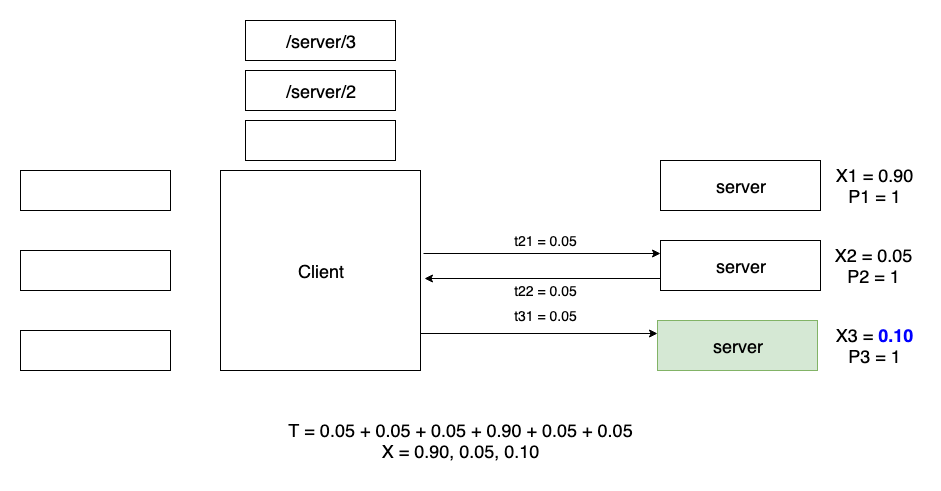
Above: decks/grequests-https-talk/images/python-grequests-flow-7.png in saurabh-hirani/slides (draw.io), before the change. Source tidied: cells renumbered, new cells last; positions are measured from the earlier drawing's top-left corner, leaving out a move shared by most shapes. The source it was exported from:
```xml
<mxGraphModel>
  <root>
    <mxCell id="0" />
    <mxCell id="1" parent="0" />
    <mxCell id="2" style="rounded=0;whiteSpace=wrap;html=1;" parent="1" vertex="1">
      <mxGeometry y="150" width="150" height="40" as="geometry" />
    </mxCell>
    <mxCell id="3" style="rounded=0;whiteSpace=wrap;html=1;" parent="1" vertex="1">
      <mxGeometry y="230" width="150" height="40" as="geometry" />
    </mxCell>
    <mxCell id="4" style="rounded=0;whiteSpace=wrap;html=1;" parent="1" vertex="1">
      <mxGeometry y="310" width="150" height="40" as="geometry" />
    </mxCell>
    <mxCell id="5" value="&lt;font style=&quot;font-size: 18px&quot;&gt;Client&lt;/font&gt;" style="whiteSpace=wrap;html=1;" parent="1" vertex="1">
      <mxGeometry x="200" y="150" width="200" height="200" as="geometry" />
    </mxCell>
    <mxCell id="6" value="&lt;span style=&quot;white-space: normal&quot;&gt;&lt;font style=&quot;font-size: 18px&quot;&gt;server&lt;br&gt;&lt;/font&gt;&lt;/span&gt;" style="rounded=0;whiteSpace=wrap;html=1;" parent="1" vertex="1">
      <mxGeometry x="640" y="140" width="160" height="50" as="geometry" />
    </mxCell>
    <object id="7" label="&lt;font style=&quot;font-size: 18px&quot;&gt;T = 0.05 + 0.05 + 0.05 + 0.90 + 0.05 + 0.05&lt;br&gt;X = 0.90, 0.05, 0.10&lt;br&gt;&lt;/font&gt;" name="Variable" placeholders="1">
      <mxCell style="text;html=1;strokeColor=none;fillColor=none;align=center;verticalAlign=middle;whiteSpace=wrap;overflow=hidden;" parent="1" vertex="1">
        <mxGeometry y="390" width="880" height="60" as="geometry" />
      </mxCell>
    </object>
    <mxCell id="8" style="edgeStyle=orthogonalEdgeStyle;rounded=0;jettySize=auto;html=1;exitX=1.015;exitY=0.015;exitDx=0;exitDy=0;entryX=0;entryY=0.25;entryDx=0;entryDy=0;exitPerimeter=0;" parent="1" edge="1" target="9">
      <mxGeometry relative="1" as="geometry">
        <mxPoint x="403" y="233" as="sourcePoint" />
      </mxGeometry>
    </mxCell>
    <mxCell id="9" value="&lt;span style=&quot;white-space: normal&quot;&gt;&lt;font style=&quot;font-size: 18px&quot;&gt;server&lt;br&gt;&lt;/font&gt;&lt;/span&gt;" style="rounded=0;whiteSpace=wrap;html=1;" parent="1" vertex="1">
      <mxGeometry x="640" y="220" width="160" height="50" as="geometry" />
    </mxCell>
    <mxCell id="10" style="edgeStyle=orthogonalEdgeStyle;rounded=0;jettySize=auto;html=1;exitX=1.015;exitY=0.015;exitDx=0;exitDy=0;entryX=0;entryY=0.25;entryDx=0;entryDy=0;exitPerimeter=0;" parent="1" edge="1" target="11">
      <mxGeometry relative="1" as="geometry">
        <mxPoint x="400" y="313" as="sourcePoint" />
      </mxGeometry>
    </mxCell>
    <mxCell id="11" value="&lt;span style=&quot;white-space: normal&quot;&gt;&lt;font style=&quot;font-size: 18px&quot;&gt;server&lt;br&gt;&lt;/font&gt;&lt;/span&gt;" style="rounded=0;whiteSpace=wrap;html=1;fillColor=#d5e8d4;strokeColor=#82b366;" parent="1" vertex="1">
      <mxGeometry x="637" y="300" width="160" height="50" as="geometry" />
    </mxCell>
    <mxCell id="12" style="rounded=0;whiteSpace=wrap;html=1;" parent="1" vertex="1">
      <mxGeometry x="225" y="100" width="150" height="40" as="geometry" />
    </mxCell>
    <mxCell id="13" value="&lt;span style=&quot;font-size: 18px ; white-space: normal&quot;&gt;/server/2&lt;/span&gt;" style="rounded=0;whiteSpace=wrap;html=1;" parent="1" vertex="1">
      <mxGeometry x="225" y="50" width="150" height="40" as="geometry" />
    </mxCell>
    <mxCell id="14" value="&lt;span style=&quot;font-size: 18px ; white-space: normal&quot;&gt;/server/3&lt;/span&gt;" style="rounded=0;whiteSpace=wrap;html=1;" parent="1" vertex="1">
      <mxGeometry x="225" width="150" height="40" as="geometry" />
    </mxCell>
    <object id="15" label="&lt;font style=&quot;font-size: 14px&quot;&gt;t21 = 0.05&lt;/font&gt;" name="Variable" placeholders="1">
      <mxCell style="text;html=1;strokeColor=none;fillColor=none;align=center;verticalAlign=middle;whiteSpace=wrap;overflow=hidden;" parent="1" vertex="1">
        <mxGeometry x="480" y="205" width="90" height="30" as="geometry" />
      </mxCell>
    </object>
    <object id="16" label="&lt;font style=&quot;font-size: 14px&quot;&gt;t31 = 0.05&lt;/font&gt;" name="Variable" placeholders="1">
      <mxCell style="text;html=1;strokeColor=none;fillColor=none;align=center;verticalAlign=middle;whiteSpace=wrap;overflow=hidden;" parent="1" vertex="1">
        <mxGeometry x="480" y="280" width="90" height="30" as="geometry" />
      </mxCell>
    </object>
    <object id="17" label="&lt;font style=&quot;font-size: 18px&quot;&gt;X1 = 0.90&lt;br&gt;P1 = 1&lt;/font&gt;" name="Variable" placeholders="1">
      <mxCell style="text;html=1;strokeColor=none;fillColor=none;align=center;verticalAlign=middle;whiteSpace=wrap;overflow=hidden;" parent="1" vertex="1">
        <mxGeometry x="806" y="140" width="94" height="50" as="geometry" />
      </mxCell>
    </object>
    <object id="18" label="&lt;font style=&quot;font-size: 18px&quot;&gt;X2 = 0.05&lt;br&gt;P2 = 1&lt;/font&gt;" name="Variable" placeholders="1">
      <mxCell style="text;html=1;strokeColor=none;fillColor=none;align=center;verticalAlign=middle;whiteSpace=wrap;overflow=hidden;" parent="1" vertex="1">
        <mxGeometry x="805" y="220" width="94" height="50" as="geometry" />
      </mxCell>
    </object>
    <object id="19" label="&lt;font style=&quot;font-size: 18px&quot;&gt;X3 = &lt;b&gt;&lt;font color=&quot;#0000ff&quot;&gt;0.10&lt;/font&gt;&lt;/b&gt;&lt;br&gt;P3 = 1&lt;/font&gt;" name="Variable" placeholders="1">
      <mxCell style="text;html=1;strokeColor=none;fillColor=none;align=center;verticalAlign=middle;whiteSpace=wrap;overflow=hidden;" parent="1" vertex="1">
        <mxGeometry x="806" y="300" width="94" height="50" as="geometry" />
      </mxCell>
    </object>
    <mxCell id="20" style="edgeStyle=orthogonalEdgeStyle;rounded=0;orthogonalLoop=1;jettySize=auto;html=1;exitX=0;exitY=0.75;exitDx=0;exitDy=0;entryX=1.02;entryY=0.14;entryDx=0;entryDy=0;entryPerimeter=0;" parent="1" edge="1">
      <mxGeometry relative="1" as="geometry">
        <mxPoint x="640" y="258" as="sourcePoint" />
        <mxPoint x="404" y="258" as="targetPoint" />
      </mxGeometry>
    </mxCell>
    <object id="21" label="&lt;font style=&quot;font-size: 14px&quot;&gt;t22 = 0.05&lt;/font&gt;" name="Variable" placeholders="1">
      <mxCell style="text;html=1;strokeColor=none;fillColor=none;align=center;verticalAlign=middle;whiteSpace=wrap;overflow=hidden;" parent="1" vertex="1">
        <mxGeometry x="480" y="255" width="90" height="30" as="geometry" />
      </mxCell>
    </object>
  </root>
</mxGraphModel>
```
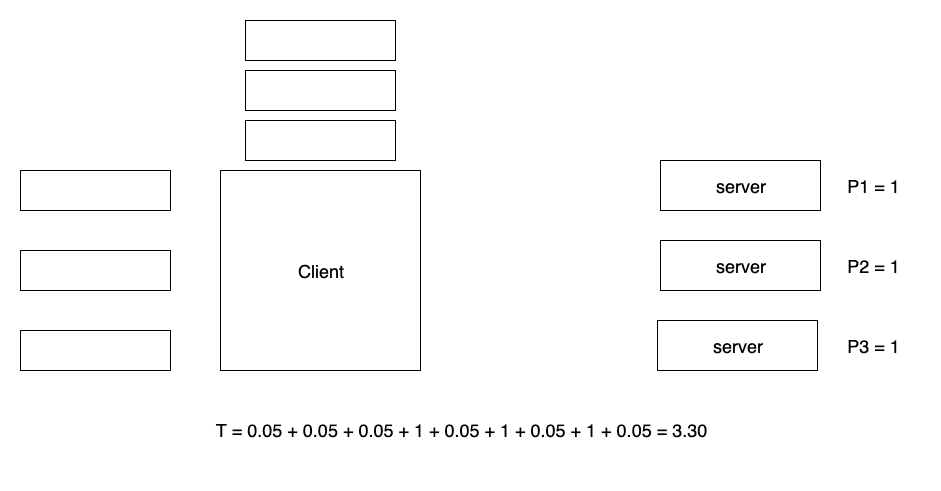
After the commit.

Change to the diagram source:
```diff
@@ -17,71 +17,40 @@
     <mxCell id="6" value="&lt;span style=&quot;white-space: normal&quot;&gt;&lt;font style=&quot;font-size: 18px&quot;&gt;server&lt;br&gt;&lt;/font&gt;&lt;/span&gt;" style="rounded=0;whiteSpace=wrap;html=1;" parent="1" vertex="1">
       <mxGeometry x="640" y="140" width="160" height="50" as="geometry" />
     </mxCell>
-    <object id="7" label="&lt;font style=&quot;font-size: 18px&quot;&gt;T = 0.05 + 0.05 + 0.05 + 0.90 + 0.05 + 0.05&lt;br&gt;X = 0.90, 0.05, 0.10&lt;br&gt;&lt;/font&gt;" name="Variable" placeholders="1">
+    <object id="7" label="&lt;font style=&quot;font-size: 18px&quot;&gt;T = 0.05 + 0.05 + 0.05 + 1 + 0.05 + 1 + 0.05 + 1 + 0.05 = 3.30&lt;br&gt;&lt;br&gt;&lt;/font&gt;" name="Variable" placeholders="1">
       <mxCell style="text;html=1;strokeColor=none;fillColor=none;align=center;verticalAlign=middle;whiteSpace=wrap;overflow=hidden;" parent="1" vertex="1">
         <mxGeometry y="390" width="880" height="60" as="geometry" />
       </mxCell>
     </object>
-    <mxCell id="8" style="edgeStyle=orthogonalEdgeStyle;rounded=0;jettySize=auto;html=1;exitX=1.015;exitY=0.015;exitDx=0;exitDy=0;entryX=0;entryY=0.25;entryDx=0;entryDy=0;exitPerimeter=0;" parent="1" edge="1" target="9">
-      <mxGeometry relative="1" as="geometry">
-        <mxPoint x="403" y="233" as="sourcePoint" />
-      </mxGeometry>
-    </mxCell>
     <mxCell id="9" value="&lt;span style=&quot;white-space: normal&quot;&gt;&lt;font style=&quot;font-size: 18px&quot;&gt;server&lt;br&gt;&lt;/font&gt;&lt;/span&gt;" style="rounded=0;whiteSpace=wrap;html=1;" parent="1" vertex="1">
       <mxGeometry x="640" y="220" width="160" height="50" as="geometry" />
     </mxCell>
-    <mxCell id="10" style="edgeStyle=orthogonalEdgeStyle;rounded=0;jettySize=auto;html=1;exitX=1.015;exitY=0.015;exitDx=0;exitDy=0;entryX=0;entryY=0.25;entryDx=0;entryDy=0;exitPerimeter=0;" parent="1" edge="1" target="11">
-      <mxGeometry relative="1" as="geometry">
-        <mxPoint x="400" y="313" as="sourcePoint" />
-      </mxGeometry>
-    </mxCell>
-    <mxCell id="11" value="&lt;span style=&quot;white-space: normal&quot;&gt;&lt;font style=&quot;font-size: 18px&quot;&gt;server&lt;br&gt;&lt;/font&gt;&lt;/span&gt;" style="rounded=0;whiteSpace=wrap;html=1;fillColor=#d5e8d4;strokeColor=#82b366;" parent="1" vertex="1">
+    <mxCell id="11" value="&lt;span style=&quot;white-space: normal&quot;&gt;&lt;font style=&quot;font-size: 18px&quot;&gt;server&lt;br&gt;&lt;/font&gt;&lt;/span&gt;" style="rounded=0;whiteSpace=wrap;html=1;" parent="1" vertex="1">
       <mxGeometry x="637" y="300" width="160" height="50" as="geometry" />
     </mxCell>
     <mxCell id="12" style="rounded=0;whiteSpace=wrap;html=1;" parent="1" vertex="1">
       <mxGeometry x="225" y="100" width="150" height="40" as="geometry" />
     </mxCell>
-    <mxCell id="13" value="&lt;span style=&quot;font-size: 18px ; white-space: normal&quot;&gt;/server/2&lt;/span&gt;" style="rounded=0;whiteSpace=wrap;html=1;" parent="1" vertex="1">
+    <mxCell id="13" style="rounded=0;whiteSpace=wrap;html=1;" parent="1" vertex="1">
       <mxGeometry x="225" y="50" width="150" height="40" as="geometry" />
     </mxCell>
-    <mxCell id="14" value="&lt;span style=&quot;font-size: 18px ; white-space: normal&quot;&gt;/server/3&lt;/span&gt;" style="rounded=0;whiteSpace=wrap;html=1;" parent="1" vertex="1">
+    <mxCell id="14" style="rounded=0;whiteSpace=wrap;html=1;" parent="1" vertex="1">
       <mxGeometry x="225" width="150" height="40" as="geometry" />
     </mxCell>
-    <object id="15" label="&lt;font style=&quot;font-size: 14px&quot;&gt;t21 = 0.05&lt;/font&gt;" name="Variable" placeholders="1">
-      <mxCell style="text;html=1;strokeColor=none;fillColor=none;align=center;verticalAlign=middle;whiteSpace=wrap;overflow=hidden;" parent="1" vertex="1">
-        <mxGeometry x="480" y="205" width="90" height="30" as="geometry" />
-      </mxCell>
-    </object>
-    <object id="16" label="&lt;font style=&quot;font-size: 14px&quot;&gt;t31 = 0.05&lt;/font&gt;" name="Variable" placeholders="1">
-      <mxCell style="text;html=1;strokeColor=none;fillColor=none;align=center;verticalAlign=middle;whiteSpace=wrap;overflow=hidden;" parent="1" vertex="1">
-        <mxGeometry x="480" y="280" width="90" height="30" as="geometry" />
-      </mxCell>
-    </object>
-    <object id="17" label="&lt;font style=&quot;font-size: 18px&quot;&gt;X1 = 0.90&lt;br&gt;P1 = 1&lt;/font&gt;" name="Variable" placeholders="1">
+    <object id="17" label="&lt;font style=&quot;font-size: 18px&quot;&gt;P1 = 1&lt;/font&gt;" name="Variable" placeholders="1">
       <mxCell style="text;html=1;strokeColor=none;fillColor=none;align=center;verticalAlign=middle;whiteSpace=wrap;overflow=hidden;" parent="1" vertex="1">
         <mxGeometry x="806" y="140" width="94" height="50" as="geometry" />
       </mxCell>
     </object>
-    <object id="18" label="&lt;font style=&quot;font-size: 18px&quot;&gt;X2 = 0.05&lt;br&gt;P2 = 1&lt;/font&gt;" name="Variable" placeholders="1">
+    <object id="18" label="&lt;font style=&quot;font-size: 18px&quot;&gt;P2 = 1&lt;/font&gt;" name="Variable" placeholders="1">
       <mxCell style="text;html=1;strokeColor=none;fillColor=none;align=center;verticalAlign=middle;whiteSpace=wrap;overflow=hidden;" parent="1" vertex="1">
-        <mxGeometry x="805" y="220" width="94" height="50" as="geometry" />
+        <mxGeometry x="806" y="220" width="94" height="50" as="geometry" />
       </mxCell>
     </object>
-    <object id="19" label="&lt;font style=&quot;font-size: 18px&quot;&gt;X3 = &lt;b&gt;&lt;font color=&quot;#0000ff&quot;&gt;0.10&lt;/font&gt;&lt;/b&gt;&lt;br&gt;P3 = 1&lt;/font&gt;" name="Variable" placeholders="1">
+    <object id="19" label="&lt;font style=&quot;font-size: 18px&quot;&gt;P3 = 1&lt;/font&gt;" name="Variable" placeholders="1">
       <mxCell style="text;html=1;strokeColor=none;fillColor=none;align=center;verticalAlign=middle;whiteSpace=wrap;overflow=hidden;" parent="1" vertex="1">
         <mxGeometry x="806" y="300" width="94" height="50" as="geometry" />
       </mxCell>
     </object>
-    <mxCell id="20" style="edgeStyle=orthogonalEdgeStyle;rounded=0;orthogonalLoop=1;jettySize=auto;html=1;exitX=0;exitY=0.75;exitDx=0;exitDy=0;entryX=1.02;entryY=0.14;entryDx=0;entryDy=0;entryPerimeter=0;" parent="1" edge="1">
-      <mxGeometry relative="1" as="geometry">
-        <mxPoint x="640" y="258" as="sourcePoint" />
-        <mxPoint x="404" y="258" as="targetPoint" />
-      </mxGeometry>
-    </mxCell>
-    <object id="21" label="&lt;font style=&quot;font-size: 14px&quot;&gt;t22 = 0.05&lt;/font&gt;" name="Variable" placeholders="1">
-      <mxCell style="text;html=1;strokeColor=none;fillColor=none;align=center;verticalAlign=middle;whiteSpace=wrap;overflow=hidden;" parent="1" vertex="1">
-        <mxGeometry x="480" y="255" width="90" height="30" as="geometry" />
-      </mxCell>
-    </object>
   </root>
 </mxGraphModel>
```
